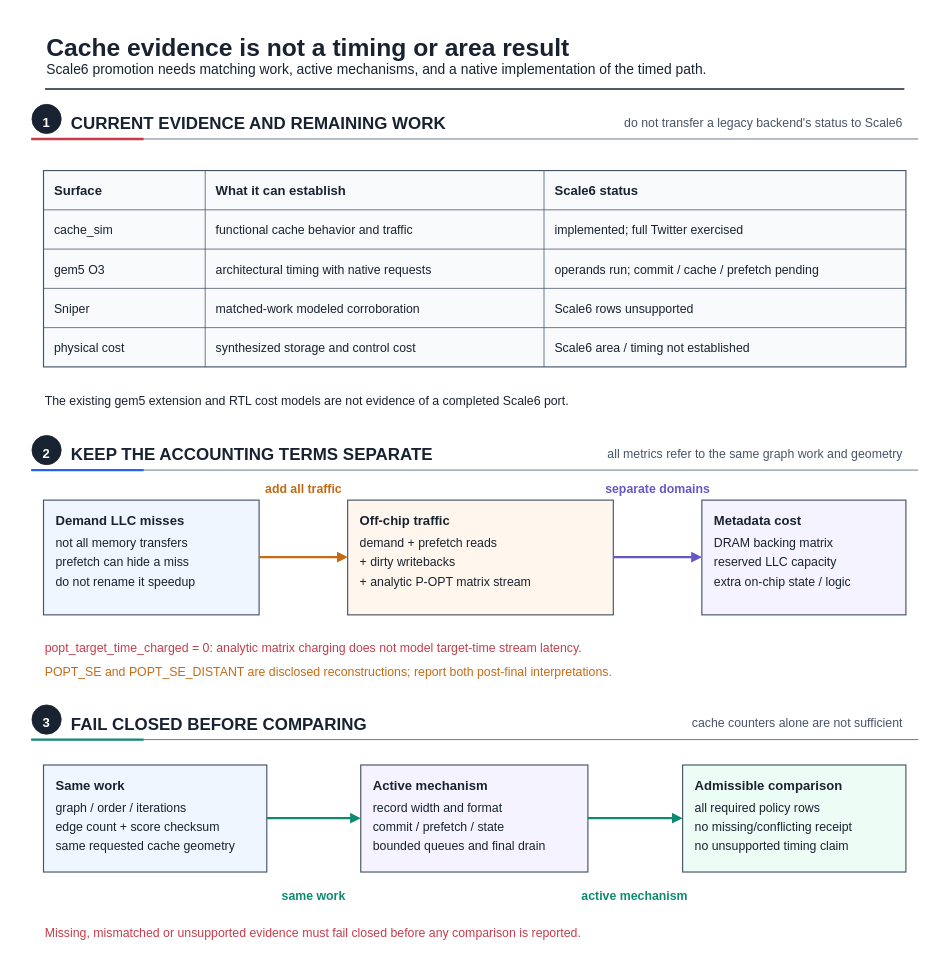
Before: fig/wiki_src/evaluation-methodology/evaluation-methodology-f01-evidence-boundary.drawio in UVA-LavaLab/ECG_GrAPL, a draw.io diagram. Source tidied: cells renumbered, new cells numbered last; positions are measured from the earlier drawing's top-left corner, leaving out a move shared by most shapes. Both pictures are drawn from the tidied source at 77%, with x=0, y=0 at pixel (12, 12).
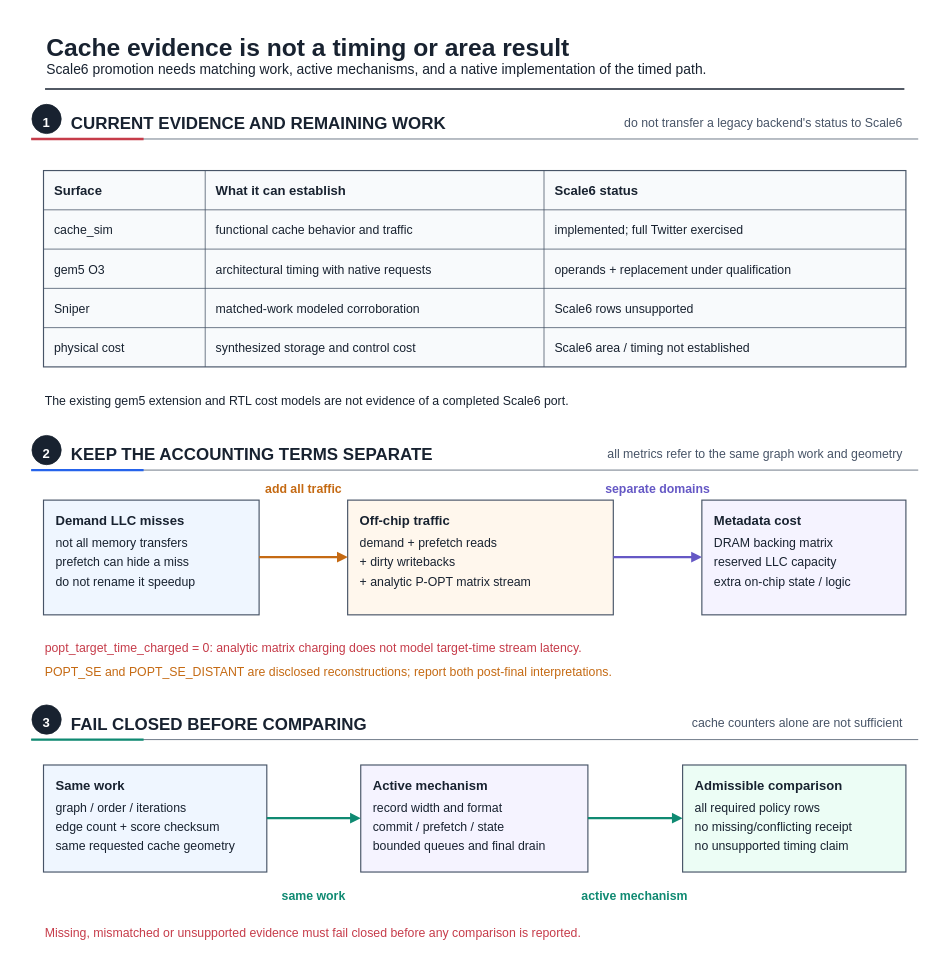
The same page after the edit.

The edit, as a diff of the source:
```diff
@@
-    <mxCell id="31" value="operands run; commit / cache / prefetch pending" style="text;html=0;strokeColor=none;fillColor=none;align=left;verticalAlign=middle;fontFamily=Liberation Sans;fontSize=16;fontColor=#182230;fontStyle=0;" parent="1" vertex="1">
-      <mxGeometry x="702" y="321.2" width="398.6" height="22.4" as="geometry" />
+    <mxCell id="31" value="operands + replacement under qualification" style="text;html=0;strokeColor=none;fillColor=none;align=left;verticalAlign=middle;fontFamily=Liberation Sans;fontSize=16;fontColor=#182230;fontStyle=0;" parent="1" vertex="1">
+      <mxGeometry x="702" y="321.2" width="356.2" height="22.4" as="geometry" />
     </mxCell>
```
